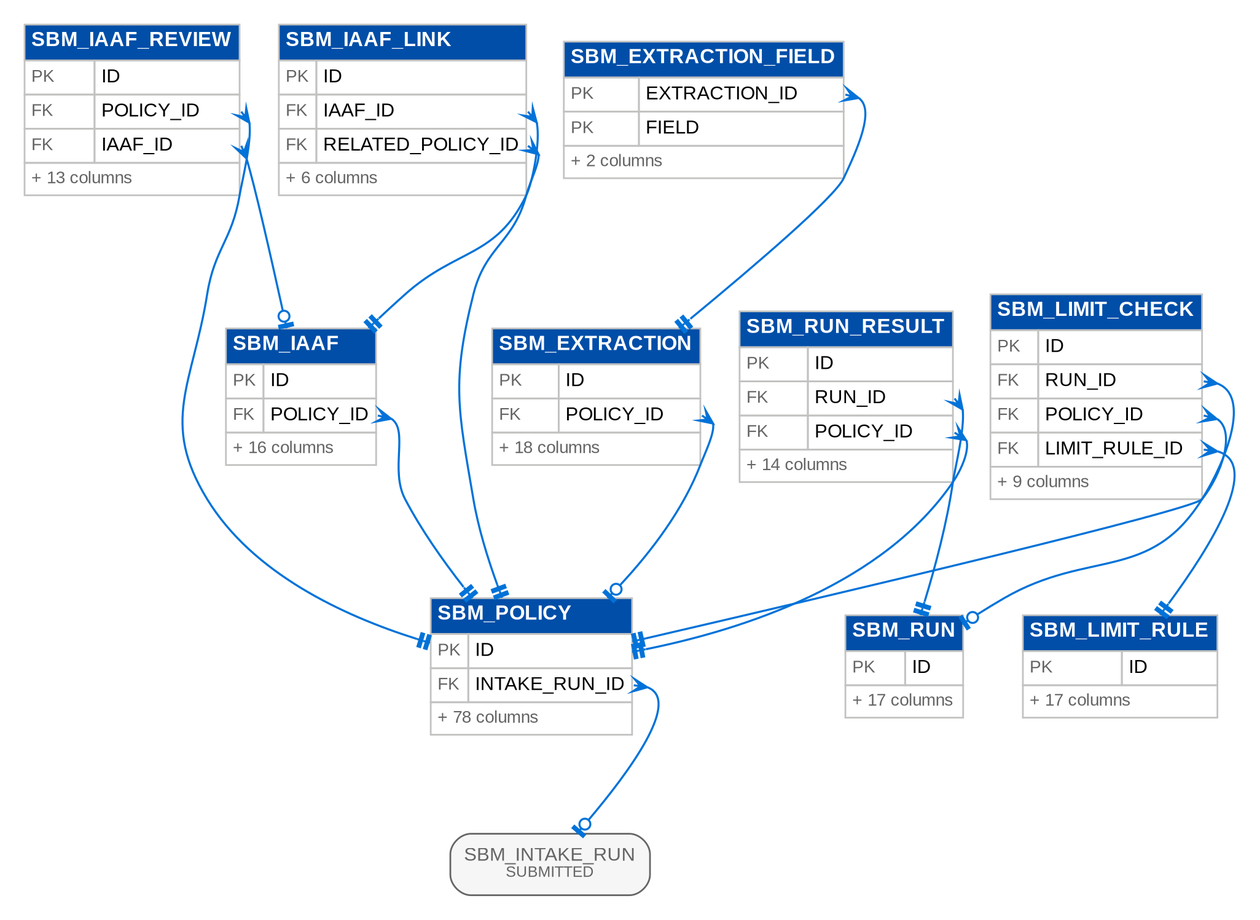
The Graphviz diagram docs/deliverables/src/programme/security_data/figures/erd/d16_submitted_1.png in IortaTexhNXT-DEV/FinVerse, before a commit. Its source is kept beside it as docs/deliverables/src/programme/security_data/figures/erd/d16_submitted_1.dot. Source of this version:
```dot
digraph erd {
  graph [rankdir=TB, fontname="Arial", nodesep=0.3, ranksep=0.8, pad=0.2, bgcolor="white"];
  node [shape=plain, fontname="Arial"];
  edge [color="@CTA_BLUE", arrowsize=0.8, penwidth=1.2, dir=both];
  "sbm_extraction" [label=<<table border="0" cellborder="1" cellspacing="0" cellpadding="3" color="@BORDER"><tr><td bgcolor="@HEADER_BLUE" align="left" colspan="2"><font color="@WHITE" point-size="12"><b>SBM_EXTRACTION</b></font></td></tr><tr><td align="left"><font point-size="10" color="@MUTED">PK</font></td><td align="left" port="id"><font point-size="11">ID</font></td></tr><tr><td align="left"><font point-size="10" color="@MUTED">FK</font></td><td align="left" port="policy_id"><font point-size="11">POLICY_ID</font></td></tr><tr><td colspan="2" align="left"><font point-size="10" color="@MUTED">+ 18 columns</font></td></tr></table>>];
  "sbm_extraction_field" [label=<<table border="0" cellborder="1" cellspacing="0" cellpadding="3" color="@BORDER"><tr><td bgcolor="@HEADER_BLUE" align="left" colspan="2"><font color="@WHITE" point-size="12"><b>SBM_EXTRACTION_FIELD</b></font></td></tr><tr><td align="left"><font point-size="10" color="@MUTED">PK</font></td><td align="left" port="extraction_id"><font point-size="11">EXTRACTION_ID</font></td></tr><tr><td align="left"><font point-size="10" color="@MUTED">PK</font></td><td align="left" port="field"><font point-size="11">FIELD</font></td></tr><tr><td colspan="2" align="left"><font point-size="10" color="@MUTED">+ 2 columns</font></td></tr></table>>];
  "sbm_iaaf" [label=<<table border="0" cellborder="1" cellspacing="0" cellpadding="3" color="@BORDER"><tr><td bgcolor="@HEADER_BLUE" align="left" colspan="2"><font color="@WHITE" point-size="12"><b>SBM_IAAF</b></font></td></tr><tr><td align="left"><font point-size="10" color="@MUTED">PK</font></td><td align="left" port="id"><font point-size="11">ID</font></td></tr><tr><td align="left"><font point-size="10" color="@MUTED">FK</font></td><td align="left" port="policy_id"><font point-size="11">POLICY_ID</font></td></tr><tr><td colspan="2" align="left"><font point-size="10" color="@MUTED">+ 16 columns</font></td></tr></table>>];
  "sbm_iaaf_link" [label=<<table border="0" cellborder="1" cellspacing="0" cellpadding="3" color="@BORDER"><tr><td bgcolor="@HEADER_BLUE" align="left" colspan="2"><font color="@WHITE" point-size="12"><b>SBM_IAAF_LINK</b></font></td></tr><tr><td align="left"><font point-size="10" color="@MUTED">PK</font></td><td align="left" port="id"><font point-size="11">ID</font></td></tr><tr><td align="left"><font point-size="10" color="@MUTED">FK</font></td><td align="left" port="iaaf_id"><font point-size="11">IAAF_ID</font></td></tr><tr><td align="left"><font point-size="10" color="@MUTED">FK</font></td><td align="left" port="related_policy_id"><font point-size="11">RELATED_POLICY_ID</font></td></tr><tr><td colspan="2" align="left"><font point-size="10" color="@MUTED">+ 6 columns</font></td></tr></table>>];
  "sbm_iaaf_review" [label=<<table border="0" cellborder="1" cellspacing="0" cellpadding="3" color="@BORDER"><tr><td bgcolor="@HEADER_BLUE" align="left" colspan="2"><font color="@WHITE" point-size="12"><b>SBM_IAAF_REVIEW</b></font></td></tr><tr><td align="left"><font point-size="10" color="@MUTED">PK</font></td><td align="left" port="id"><font point-size="11">ID</font></td></tr><tr><td align="left"><font point-size="10" color="@MUTED">FK</font></td><td align="left" port="policy_id"><font point-size="11">POLICY_ID</font></td></tr><tr><td align="left"><font point-size="10" color="@MUTED">FK</font></td><td align="left" port="iaaf_id"><font point-size="11">IAAF_ID</font></td></tr><tr><td colspan="2" align="left"><font point-size="10" color="@MUTED">+ 13 columns</font></td></tr></table>>];
  "sbm_limit_check" [label=<<table border="0" cellborder="1" cellspacing="0" cellpadding="3" color="@BORDER"><tr><td bgcolor="@HEADER_BLUE" align="left" colspan="2"><font color="@WHITE" point-size="12"><b>SBM_LIMIT_CHECK</b></font></td></tr><tr><td align="left"><font point-size="10" color="@MUTED">PK</font></td><td align="left" port="id"><font point-size="11">ID</font></td></tr><tr><td align="left"><font point-size="10" color="@MUTED">FK</font></td><td align="left" port="run_id"><font point-size="11">RUN_ID</font></td></tr><tr><td align="left"><font point-size="10" color="@MUTED">FK</font></td><td align="left" port="policy_id"><font point-size="11">POLICY_ID</font></td></tr><tr><td align="left"><font point-size="10" color="@MUTED">FK</font></td><td align="left" port="limit_rule_id"><font point-size="11">LIMIT_RULE_ID</font></td></tr><tr><td colspan="2" align="left"><font point-size="10" color="@MUTED">+ 9 columns</font></td></tr></table>>];
  "sbm_limit_rule" [label=<<table border="0" cellborder="1" cellspacing="0" cellpadding="3" color="@BORDER"><tr><td bgcolor="@HEADER_BLUE" align="left" colspan="2"><font color="@WHITE" point-size="12"><b>SBM_LIMIT_RULE</b></font></td></tr><tr><td align="left"><font point-size="10" color="@MUTED">PK</font></td><td align="left" port="id"><font point-size="11">ID</font></td></tr><tr><td colspan="2" align="left"><font point-size="10" color="@MUTED">+ 17 columns</font></td></tr></table>>];
  "sbm_policy" [label=<<table border="0" cellborder="1" cellspacing="0" cellpadding="3" color="@BORDER"><tr><td bgcolor="@HEADER_BLUE" align="left" colspan="2"><font color="@WHITE" point-size="12"><b>SBM_POLICY</b></font></td></tr><tr><td align="left"><font point-size="10" color="@MUTED">PK</font></td><td align="left" port="id"><font point-size="11">ID</font></td></tr><tr><td align="left"><font point-size="10" color="@MUTED">FK</font></td><td align="left" port="intake_run_id"><font point-size="11">INTAKE_RUN_ID</font></td></tr><tr><td colspan="2" align="left"><font point-size="10" color="@MUTED">+ 78 columns</font></td></tr></table>>];
  "sbm_run" [label=<<table border="0" cellborder="1" cellspacing="0" cellpadding="3" color="@BORDER"><tr><td bgcolor="@HEADER_BLUE" align="left" colspan="2"><font color="@WHITE" point-size="12"><b>SBM_RUN</b></font></td></tr><tr><td align="left"><font point-size="10" color="@MUTED">PK</font></td><td align="left" port="id"><font point-size="11">ID</font></td></tr><tr><td colspan="2" align="left"><font point-size="10" color="@MUTED">+ 17 columns</font></td></tr></table>>];
  "sbm_run_result" [label=<<table border="0" cellborder="1" cellspacing="0" cellpadding="3" color="@BORDER"><tr><td bgcolor="@HEADER_BLUE" align="left" colspan="2"><font color="@WHITE" point-size="12"><b>SBM_RUN_RESULT</b></font></td></tr><tr><td align="left"><font point-size="10" color="@MUTED">PK</font></td><td align="left" port="id"><font point-size="11">ID</font></td></tr><tr><td align="left"><font point-size="10" color="@MUTED">FK</font></td><td align="left" port="run_id"><font point-size="11">RUN_ID</font></td></tr><tr><td align="left"><font point-size="10" color="@MUTED">FK</font></td><td align="left" port="policy_id"><font point-size="11">POLICY_ID</font></td></tr><tr><td colspan="2" align="left"><font point-size="10" color="@MUTED">+ 14 columns</font></td></tr></table>>];
  "sbm_intake_run" [shape=box, style="rounded,filled", fillcolor="@DIRTY_WHITE", color="@MUTED", fontsize=11, label=<<font color="@MUTED">SBM_INTAKE_RUN<br/><font point-size="9">SUBMITTED</font></font>>];
  "sbm_extraction":"policy_id" -> "sbm_policy" [arrowtail=crow, arrowhead=teeodot];
  "sbm_extraction_field":"extraction_id" -> "sbm_extraction" [arrowtail=crow, arrowhead=teetee];
  "sbm_iaaf":"policy_id" -> "sbm_policy" [arrowtail=crow, arrowhead=teetee];
  "sbm_iaaf_link":"iaaf_id" -> "sbm_iaaf" [arrowtail=crow, arrowhead=teetee];
  "sbm_iaaf_link":"related_policy_id" -> "sbm_policy" [arrowtail=crow, arrowhead=teetee];
  "sbm_iaaf_review":"iaaf_id" -> "sbm_iaaf" [arrowtail=crow, arrowhead=teeodot];
  "sbm_iaaf_review":"policy_id" -> "sbm_policy" [arrowtail=crow, arrowhead=teetee];
  "sbm_limit_check":"limit_rule_id" -> "sbm_limit_rule" [arrowtail=crow, arrowhead=teetee];
  "sbm_limit_check":"policy_id" -> "sbm_policy" [arrowtail=crow, arrowhead=teetee];
  "sbm_limit_check":"run_id" -> "sbm_run" [arrowtail=crow, arrowhead=teeodot];
  "sbm_policy":"intake_run_id" -> "sbm_intake_run" [arrowtail=crow, arrowhead=teeodot];
  "sbm_run_result":"policy_id" -> "sbm_policy" [arrowtail=crow, arrowhead=teetee];
  "sbm_run_result":"run_id" -> "sbm_run" [arrowtail=crow, arrowhead=teetee];
}
```
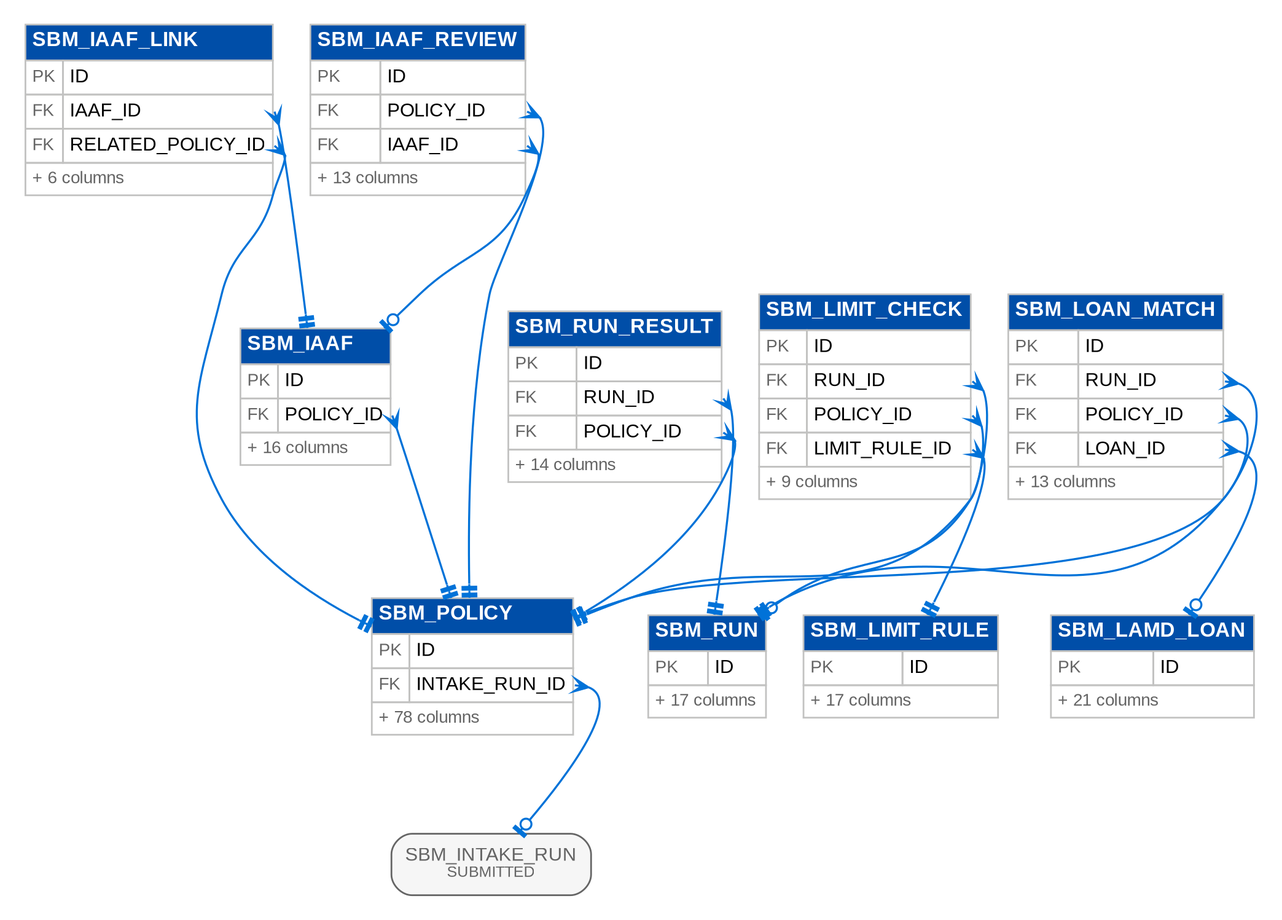
Later version of the same file.

The edit, as a diff of the source:
```diff
@@ -2,19 +2,17 @@
   graph [rankdir=TB, fontname="Arial", nodesep=0.3, ranksep=0.8, pad=0.2, bgcolor="white"];
   node [shape=plain, fontname="Arial"];
   edge [color="@CTA_BLUE", arrowsize=0.8, penwidth=1.2, dir=both];
-  "sbm_extraction" [label=<<table border="0" cellborder="1" cellspacing="0" cellpadding="3" color="@BORDER"><tr><td bgcolor="@HEADER_BLUE" align="left" colspan="2"><font color="@WHITE" point-size="12"><b>SBM_EXTRACTION</b></font></td></tr><tr><td align="left"><font point-size="10" color="@MUTED">PK</font></td><td align="left" port="id"><font point-size="11">ID</font></td></tr><tr><td align="left"><font point-size="10" color="@MUTED">FK</font></td><td align="left" port="policy_id"><font point-size="11">POLICY_ID</font></td></tr><tr><td colspan="2" align="left"><font point-size="10" color="@MUTED">+ 18 columns</font></td></tr></table>>];
-  "sbm_extraction_field" [label=<<table border="0" cellborder="1" cellspacing="0" cellpadding="3" color="@BORDER"><tr><td bgcolor="@HEADER_BLUE" align="left" colspan="2"><font color="@WHITE" point-size="12"><b>SBM_EXTRACTION_FIELD</b></font></td></tr><tr><td align="left"><font point-size="10" color="@MUTED">PK</font></td><td align="left" port="extraction_id"><font point-size="11">EXTRACTION_ID</font></td></tr><tr><td align="left"><font point-size="10" color="@MUTED">PK</font></td><td align="left" port="field"><font point-size="11">FIELD</font></td></tr><tr><td colspan="2" align="left"><font point-size="10" color="@MUTED">+ 2 columns</font></td></tr></table>>];
   "sbm_iaaf" [label=<<table border="0" cellborder="1" cellspacing="0" cellpadding="3" color="@BORDER"><tr><td bgcolor="@HEADER_BLUE" align="left" colspan="2"><font color="@WHITE" point-size="12"><b>SBM_IAAF</b></font></td></tr><tr><td align="left"><font point-size="10" color="@MUTED">PK</font></td><td align="left" port="id"><font point-size="11">ID</font></td></tr><tr><td align="left"><font point-size="10" color="@MUTED">FK</font></td><td align="left" port="policy_id"><font point-size="11">POLICY_ID</font></td></tr><tr><td colspan="2" align="left"><font point-size="10" color="@MUTED">+ 16 columns</font></td></tr></table>>];
   "sbm_iaaf_link" [label=<<table border="0" cellborder="1" cellspacing="0" cellpadding="3" color="@BORDER"><tr><td bgcolor="@HEADER_BLUE" align="left" colspan="2"><font color="@WHITE" point-size="12"><b>SBM_IAAF_LINK</b></font></td></tr><tr><td align="left"><font point-size="10" color="@MUTED">PK</font></td><td align="left" port="id"><font point-size="11">ID</font></td></tr><tr><td align="left"><font point-size="10" color="@MUTED">FK</font></td><td align="left" port="iaaf_id"><font point-size="11">IAAF_ID</font></td></tr><tr><td align="left"><font point-size="10" color="@MUTED">FK</font></td><td align="left" port="related_policy_id"><font point-size="11">RELATED_POLICY_ID</font></td></tr><tr><td colspan="2" align="left"><font point-size="10" color="@MUTED">+ 6 columns</font></td></tr></table>>];
   "sbm_iaaf_review" [label=<<table border="0" cellborder="1" cellspacing="0" cellpadding="3" color="@BORDER"><tr><td bgcolor="@HEADER_BLUE" align="left" colspan="2"><font color="@WHITE" point-size="12"><b>SBM_IAAF_REVIEW</b></font></td></tr><tr><td align="left"><font point-size="10" color="@MUTED">PK</font></td><td align="left" port="id"><font point-size="11">ID</font></td></tr><tr><td align="left"><font point-size="10" color="@MUTED">FK</font></td><td align="left" port="policy_id"><font point-size="11">POLICY_ID</font></td></tr><tr><td align="left"><font point-size="10" color="@MUTED">FK</font></td><td align="left" port="iaaf_id"><font point-size="11">IAAF_ID</font></td></tr><tr><td colspan="2" align="left"><font point-size="10" color="@MUTED">+ 13 columns</font></td></tr></table>>];
+  "sbm_lamd_loan" [label=<<table border="0" cellborder="1" cellspacing="0" cellpadding="3" color="@BORDER"><tr><td bgcolor="@HEADER_BLUE" align="left" colspan="2"><font color="@WHITE" point-size="12"><b>SBM_LAMD_LOAN</b></font></td></tr><tr><td align="left"><font point-size="10" color="@MUTED">PK</font></td><td align="left" port="id"><font point-size="11">ID</font></td></tr><tr><td colspan="2" align="left"><font point-size="10" color="@MUTED">+ 21 columns</font></td></tr></table>>];
   "sbm_limit_check" [label=<<table border="0" cellborder="1" cellspacing="0" cellpadding="3" color="@BORDER"><tr><td bgcolor="@HEADER_BLUE" align="left" colspan="2"><font color="@WHITE" point-size="12"><b>SBM_LIMIT_CHECK</b></font></td></tr><tr><td align="left"><font point-size="10" color="@MUTED">PK</font></td><td align="left" port="id"><font point-size="11">ID</font></td></tr><tr><td align="left"><font point-size="10" color="@MUTED">FK</font></td><td align="left" port="run_id"><font point-size="11">RUN_ID</font></td></tr><tr><td align="left"><font point-size="10" color="@MUTED">FK</font></td><td align="left" port="policy_id"><font point-size="11">POLICY_ID</font></td></tr><tr><td align="left"><font point-size="10" color="@MUTED">FK</font></td><td align="left" port="limit_rule_id"><font point-size="11">LIMIT_RULE_ID</font></td></tr><tr><td colspan="2" align="left"><font point-size="10" color="@MUTED">+ 9 columns</font></td></tr></table>>];
   "sbm_limit_rule" [label=<<table border="0" cellborder="1" cellspacing="0" cellpadding="3" color="@BORDER"><tr><td bgcolor="@HEADER_BLUE" align="left" colspan="2"><font color="@WHITE" point-size="12"><b>SBM_LIMIT_RULE</b></font></td></tr><tr><td align="left"><font point-size="10" color="@MUTED">PK</font></td><td align="left" port="id"><font point-size="11">ID</font></td></tr><tr><td colspan="2" align="left"><font point-size="10" color="@MUTED">+ 17 columns</font></td></tr></table>>];
+  "sbm_loan_match" [label=<<table border="0" cellborder="1" cellspacing="0" cellpadding="3" color="@BORDER"><tr><td bgcolor="@HEADER_BLUE" align="left" colspan="2"><font color="@WHITE" point-size="12"><b>SBM_LOAN_MATCH</b></font></td></tr><tr><td align="left"><font point-size="10" color="@MUTED">PK</font></td><td align="left" port="id"><font point-size="11">ID</font></td></tr><tr><td align="left"><font point-size="10" color="@MUTED">FK</font></td><td align="left" port="run_id"><font point-size="11">RUN_ID</font></td></tr><tr><td align="left"><font point-size="10" color="@MUTED">FK</font></td><td align="left" port="policy_id"><font point-size="11">POLICY_ID</font></td></tr><tr><td align="left"><font point-size="10" color="@MUTED">FK</font></td><td align="left" port="loan_id"><font point-size="11">LOAN_ID</font></td></tr><tr><td colspan="2" align="left"><font point-size="10" color="@MUTED">+ 13 columns</font></td></tr></table>>];
   "sbm_policy" [label=<<table border="0" cellborder="1" cellspacing="0" cellpadding="3" color="@BORDER"><tr><td bgcolor="@HEADER_BLUE" align="left" colspan="2"><font color="@WHITE" point-size="12"><b>SBM_POLICY</b></font></td></tr><tr><td align="left"><font point-size="10" color="@MUTED">PK</font></td><td align="left" port="id"><font point-size="11">ID</font></td></tr><tr><td align="left"><font point-size="10" color="@MUTED">FK</font></td><td align="left" port="intake_run_id"><font point-size="11">INTAKE_RUN_ID</font></td></tr><tr><td colspan="2" align="left"><font point-size="10" color="@MUTED">+ 78 columns</font></td></tr></table>>];
   "sbm_run" [label=<<table border="0" cellborder="1" cellspacing="0" cellpadding="3" color="@BORDER"><tr><td bgcolor="@HEADER_BLUE" align="left" colspan="2"><font color="@WHITE" point-size="12"><b>SBM_RUN</b></font></td></tr><tr><td align="left"><font point-size="10" color="@MUTED">PK</font></td><td align="left" port="id"><font point-size="11">ID</font></td></tr><tr><td colspan="2" align="left"><font point-size="10" color="@MUTED">+ 17 columns</font></td></tr></table>>];
   "sbm_run_result" [label=<<table border="0" cellborder="1" cellspacing="0" cellpadding="3" color="@BORDER"><tr><td bgcolor="@HEADER_BLUE" align="left" colspan="2"><font color="@WHITE" point-size="12"><b>SBM_RUN_RESULT</b></font></td></tr><tr><td align="left"><font point-size="10" color="@MUTED">PK</font></td><td align="left" port="id"><font point-size="11">ID</font></td></tr><tr><td align="left"><font point-size="10" color="@MUTED">FK</font></td><td align="left" port="run_id"><font point-size="11">RUN_ID</font></td></tr><tr><td align="left"><font point-size="10" color="@MUTED">FK</font></td><td align="left" port="policy_id"><font point-size="11">POLICY_ID</font></td></tr><tr><td colspan="2" align="left"><font point-size="10" color="@MUTED">+ 14 columns</font></td></tr></table>>];
   "sbm_intake_run" [shape=box, style="rounded,filled", fillcolor="@DIRTY_WHITE", color="@MUTED", fontsize=11, label=<<font color="@MUTED">SBM_INTAKE_RUN<br/><font point-size="9">SUBMITTED</font></font>>];
-  "sbm_extraction":"policy_id" -> "sbm_policy" [arrowtail=crow, arrowhead=teeodot];
-  "sbm_extraction_field":"extraction_id" -> "sbm_extraction" [arrowtail=crow, arrowhead=teetee];
   "sbm_iaaf":"policy_id" -> "sbm_policy" [arrowtail=crow, arrowhead=teetee];
   "sbm_iaaf_link":"iaaf_id" -> "sbm_iaaf" [arrowtail=crow, arrowhead=teetee];
   "sbm_iaaf_link":"related_policy_id" -> "sbm_policy" [arrowtail=crow, arrowhead=teetee];
@@ -23,6 +21,9 @@
   "sbm_limit_check":"limit_rule_id" -> "sbm_limit_rule" [arrowtail=crow, arrowhead=teetee];
   "sbm_limit_check":"policy_id" -> "sbm_policy" [arrowtail=crow, arrowhead=teetee];
   "sbm_limit_check":"run_id" -> "sbm_run" [arrowtail=crow, arrowhead=teeodot];
+  "sbm_loan_match":"loan_id" -> "sbm_lamd_loan" [arrowtail=crow, arrowhead=teeodot];
+  "sbm_loan_match":"policy_id" -> "sbm_policy" [arrowtail=crow, arrowhead=teetee];
+  "sbm_loan_match":"run_id" -> "sbm_run" [arrowtail=crow, arrowhead=teetee];
   "sbm_policy":"intake_run_id" -> "sbm_intake_run" [arrowtail=crow, arrowhead=teeodot];
   "sbm_run_result":"policy_id" -> "sbm_policy" [arrowtail=crow, arrowhead=teetee];
   "sbm_run_result":"run_id" -> "sbm_run" [arrowtail=crow, arrowhead=teetee];
```
